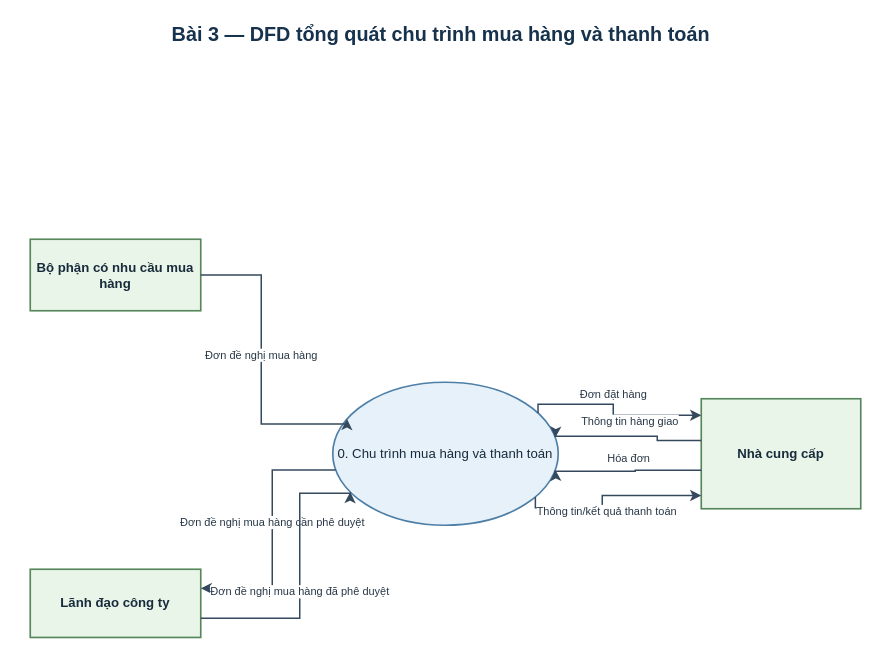
This is assets/drawio/06_purchase_context_dfd.drawio from saigonbaddielover/thtrang, a draw.io file, before an edit. Source tidied: cells renumbered, new cells numbered last; positions are measured from the earlier drawing's top-left corner, leaving out a move shared by most shapes. Both pictures are drawn from the tidied source at 110%, with x=0, y=0 at pixel (19, 19).
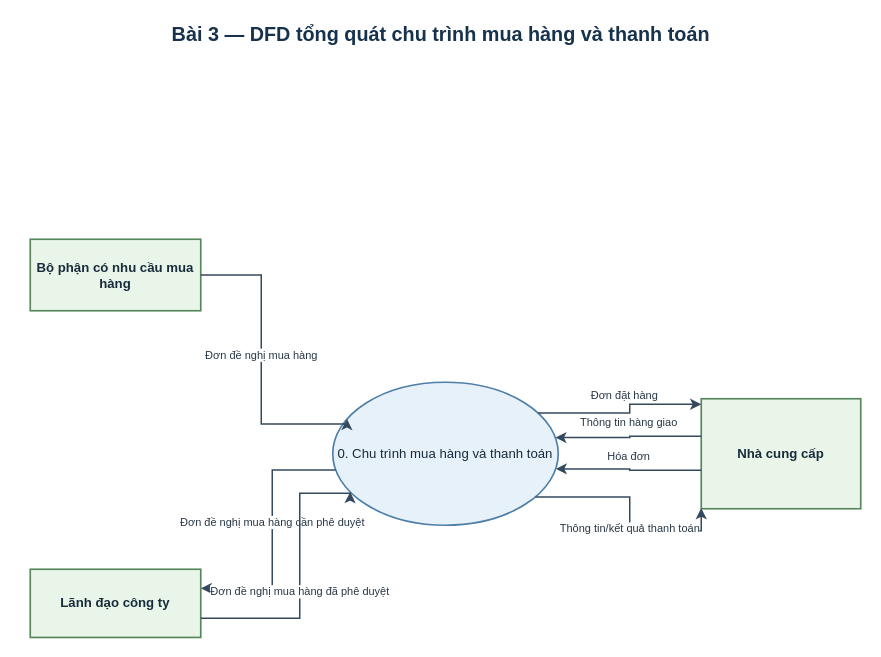
The same page after the edit.

Unchanged cells that the change refers to:
```xml
<mxCell id="5" value="Nhà cung cấp" style="rounded=0;html=1;whiteSpace=wrap;fontFamily=Arial;align=center;verticalAlign=middle;fontColor=#172B3A; fontSize=11;fontStyle=1;spacing=5;fillColor=#EAF5EA;strokeColor=#56875B;strokeWidth=1.5;" parent="1" vertex="1">
  <mxGeometry x="620" y="345" width="145" height="100" as="geometry" />
</mxCell>
<mxCell id="6" value="0. Chu trình mua hàng và thanh toán" style="shape=ellipse;perimeter=ellipsePerimeter;html=1;whiteSpace=wrap;fontFamily=Arial;align=center;verticalAlign=middle;fontColor=#172B3A; fontSize=11;spacing=5;fillColor=#E7F1FA;strokeColor=#4E7FA7;strokeWidth=1.5;" parent="1" vertex="1">
  <mxGeometry x="285" y="330" width="205" height="130" as="geometry" />
</mxCell>
```

Diff of the diagram source:
```diff
@@
-    <mxCell id="10" value="Đơn đặt hàng" style="edgeStyle=orthogonalEdgeStyle;rounded=0;jettySize=auto;html=1;fontFamily=Arial;fontSize=10;fontColor=#273746;labelBackgroundColor=#FFFFFF;strokeColor=#34495E;strokeWidth=1.35;endArrow=classic;endFill=1;exitX=1;exitY=0.15;entryX=0;entryY=0.15;" parent="1" edge="1" source="6" target="5">
+    <mxCell id="10" value="Đơn đặt hàng" style="edgeStyle=orthogonalEdgeStyle;rounded=0;jettySize=auto;html=1;fontFamily=Arial;fontSize=10;fontColor=#273746;labelBackgroundColor=#FFFFFF;strokeColor=#34495E;strokeWidth=1.35;endArrow=classic;endFill=1;exitX=1;exitY=0.15;entryX=0;entryY=0.05;" parent="1" edge="1" source="6" target="5">
       <mxGeometry relative="1" as="geometry">
-        <Array as="points">
-          <mxPoint x="540" y="350" />
-          <mxPoint x="540" y="360" />
-        </Array>
         <mxPoint y="-16" as="offset" />
       </mxGeometry>
     </mxCell>
-    <mxCell id="11" value="Thông tin hàng giao" style="edgeStyle=orthogonalEdgeStyle;rounded=0;jettySize=auto;html=1;fontFamily=Arial;fontSize=10;fontColor=#273746;labelBackgroundColor=#FFFFFF;strokeColor=#34495E;strokeWidth=1.35;endArrow=classic;endFill=1;exitX=0;exitY=0.38;entryX=1;entryY=0.38;" parent="1" edge="1" source="5" target="6">
+    <mxCell id="11" value="Thông tin hàng giao" style="edgeStyle=orthogonalEdgeStyle;rounded=0;jettySize=auto;html=1;fontFamily=Arial;fontSize=10;fontColor=#273746;labelBackgroundColor=#FFFFFF;strokeColor=#34495E;strokeWidth=1.35;endArrow=classic;endFill=1;exitX=0;exitY=0.34;entryX=1;entryY=0.38;" parent="1" edge="1" source="5" target="6">
       <mxGeometry relative="1" as="geometry">
-        <Array as="points">
-          <mxPoint x="580" y="383" />
-          <mxPoint x="580" y="379" />
-        </Array>
         <mxPoint y="-14" as="offset" />
       </mxGeometry>
     </mxCell>
-    <mxCell id="12" value="Hóa đơn" style="edgeStyle=orthogonalEdgeStyle;rounded=0;jettySize=auto;html=1;fontFamily=Arial;fontSize=10;fontColor=#273746;labelBackgroundColor=#FFFFFF;strokeColor=#34495E;strokeWidth=1.35;endArrow=classic;endFill=1;exitX=0;exitY=0.65;entryX=1;entryY=0.62;" parent="1" edge="1" source="5" target="6">
+    <mxCell id="12" value="Hóa đơn" style="edgeStyle=orthogonalEdgeStyle;rounded=0;jettySize=auto;html=1;fontFamily=Arial;fontSize=10;fontColor=#273746;labelBackgroundColor=#FFFFFF;strokeColor=#34495E;strokeWidth=1.35;endArrow=classic;endFill=1;exitX=0;exitY=0.65;entryX=1;entryY=0.615;" parent="1" edge="1" source="5" target="6">
       <mxGeometry relative="1" as="geometry">
-        <Array as="points">
-          <mxPoint x="560" y="410" />
-          <mxPoint x="560" y="411" />
-        </Array>
         <mxPoint y="-12" as="offset" />
       </mxGeometry>
     </mxCell>
-    <mxCell id="13" value="Thông tin/kết quả thanh toán" style="edgeStyle=orthogonalEdgeStyle;rounded=0;jettySize=auto;html=1;fontFamily=Arial;fontSize=10;fontColor=#273746;labelBackgroundColor=#FFFFFF;strokeColor=#34495E;strokeWidth=1.35;endArrow=classic;endFill=1;exitX=1;exitY=0.88;entryX=0;entryY=0.88;" parent="1" edge="1" source="6" target="5">
+    <mxCell id="13" value="Thông tin/kết quả thanh toán" style="edgeStyle=orthogonalEdgeStyle;rounded=0;jettySize=auto;html=1;fontFamily=Arial;fontSize=10;fontColor=#273746;labelBackgroundColor=#FFFFFF;strokeColor=#34495E;strokeWidth=1.35;endArrow=classic;endFill=1;exitX=1;exitY=0.88;entryX=0;entryY=0.994;" parent="1" edge="1" source="6" target="5">
       <mxGeometry relative="1" as="geometry">
-        <Array as="points">
-          <mxPoint x="530" y="444" />
-          <mxPoint x="530" y="433" />
-        </Array>
         <mxPoint y="14" as="offset" />
       </mxGeometry>
     </mxCell>
```
